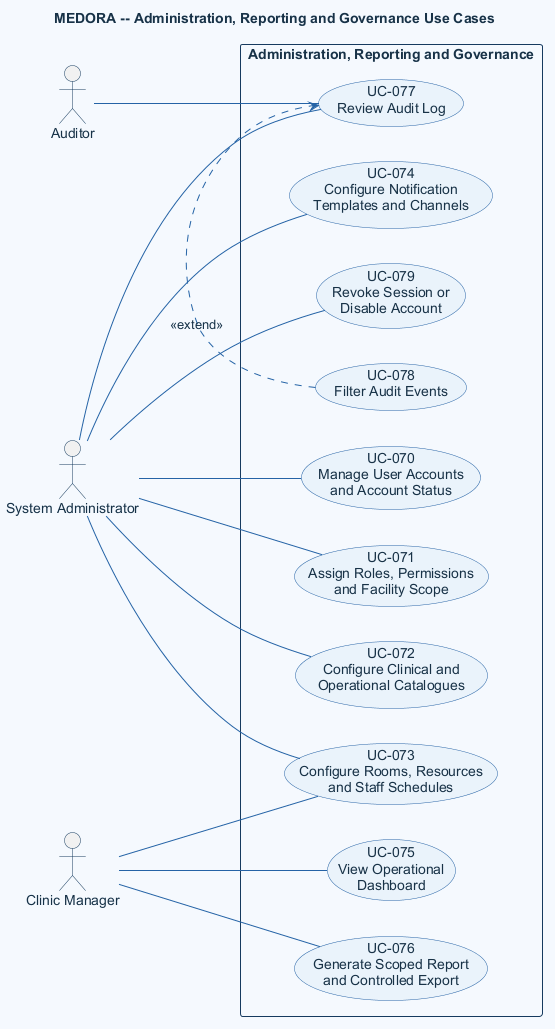
Above: doc/asset/03-system-requirements/use-case-by-function/administration/figure/administration-and-governance.png in DucDung-1107/SysDes_2026.1_Group_08 (PlantUML), before the change.
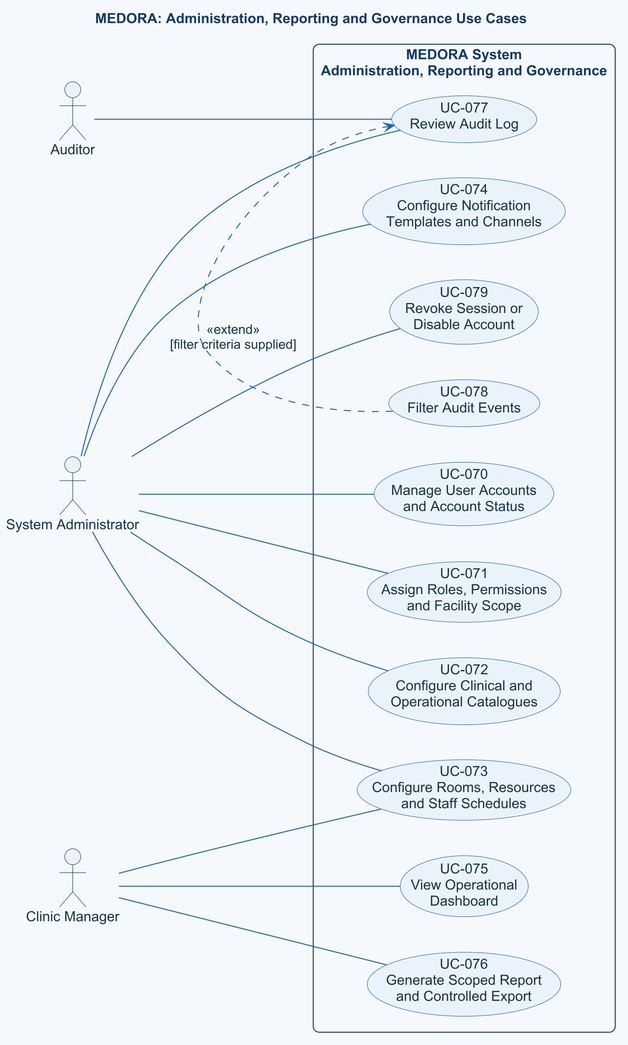
The same file after the commit.

What changed in the source:
```diff
@@ -1,24 +1,14 @@
 @startuml
-title MEDORA -- Administration, Reporting and Governance Use Cases
+title MEDORA: Administration, Reporting and Governance Use Cases
+!include ../../../../shared/templates/medora-style.puml
+skinparam dpi 192
 left to right direction
-skinparam shadowing false
-skinparam defaultFontName Arial
-skinparam defaultFontColor #183247
-skinparam backgroundColor #F5F9FE
-skinparam ArrowColor #2563A6
-skinparam UsecaseBackgroundColor #EAF3FB
-skinparam UsecaseBorderColor #2563A6
-skinparam UsecaseFontColor #183247
-skinparam ActorBorderColor #163A5F
-skinparam ActorFontColor #183247
-skinparam RectangleBackgroundColor #F5F9FE
-skinparam RectangleBorderColor #163A5F
 
 actor "System Administrator" as admin
 actor "Clinic Manager" as manager
 actor Auditor as auditor
 
-rectangle "Administration, Reporting and Governance" {
+rectangle "MEDORA System\nAdministration, Reporting and Governance" {
   usecase "UC-070\nManage User Accounts\nand Account Status" as users
   usecase "UC-071\nAssign Roles, Permissions\nand Facility Scope" as roles
   usecase "UC-072\nConfigure Clinical and\nOperational Catalogues" as catalogue
@@ -43,6 +33,6 @@
 manager -- resource
 auditor -- audit
 
-filter .> audit : <<extend>>
+filter .> audit : <<extend>>\n[filter criteria supplied]
 
 @enduml
```
